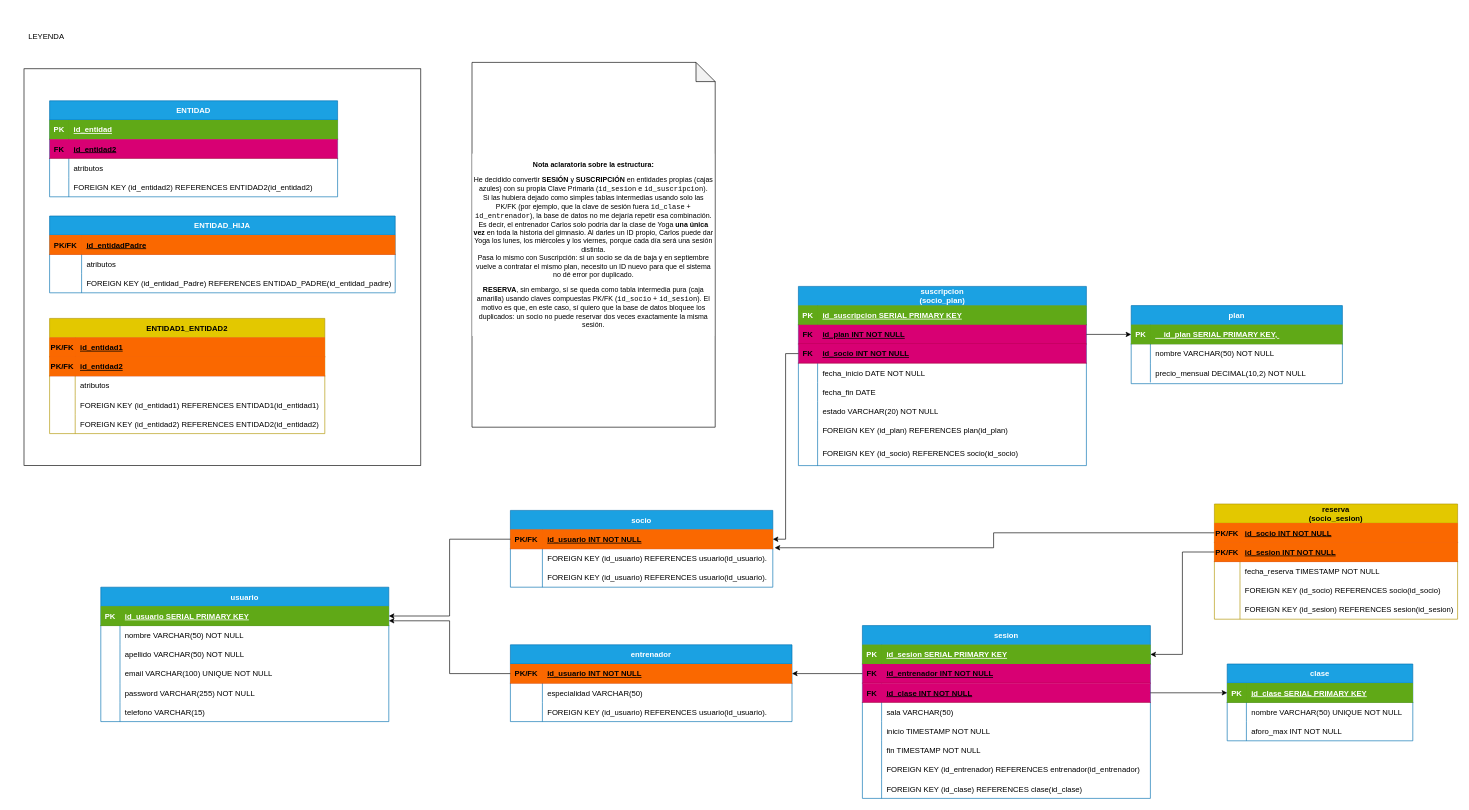
FerminGarridoMartinDAM/ProyectoInterModular1DAMAppGimnasio keeps this draw.io diagram as sql/diagramas/Diagrama_Tablas_Relacionales.drawio. Above is the earlier version. Source tidied: cells renumbered, new cells numbered last; positions are measured from the earlier drawing's top-left corner, leaving out a move shared by most shapes. Both pictures are drawn from the tidied source at 64%, with x=0, y=0 at pixel (11, 11).
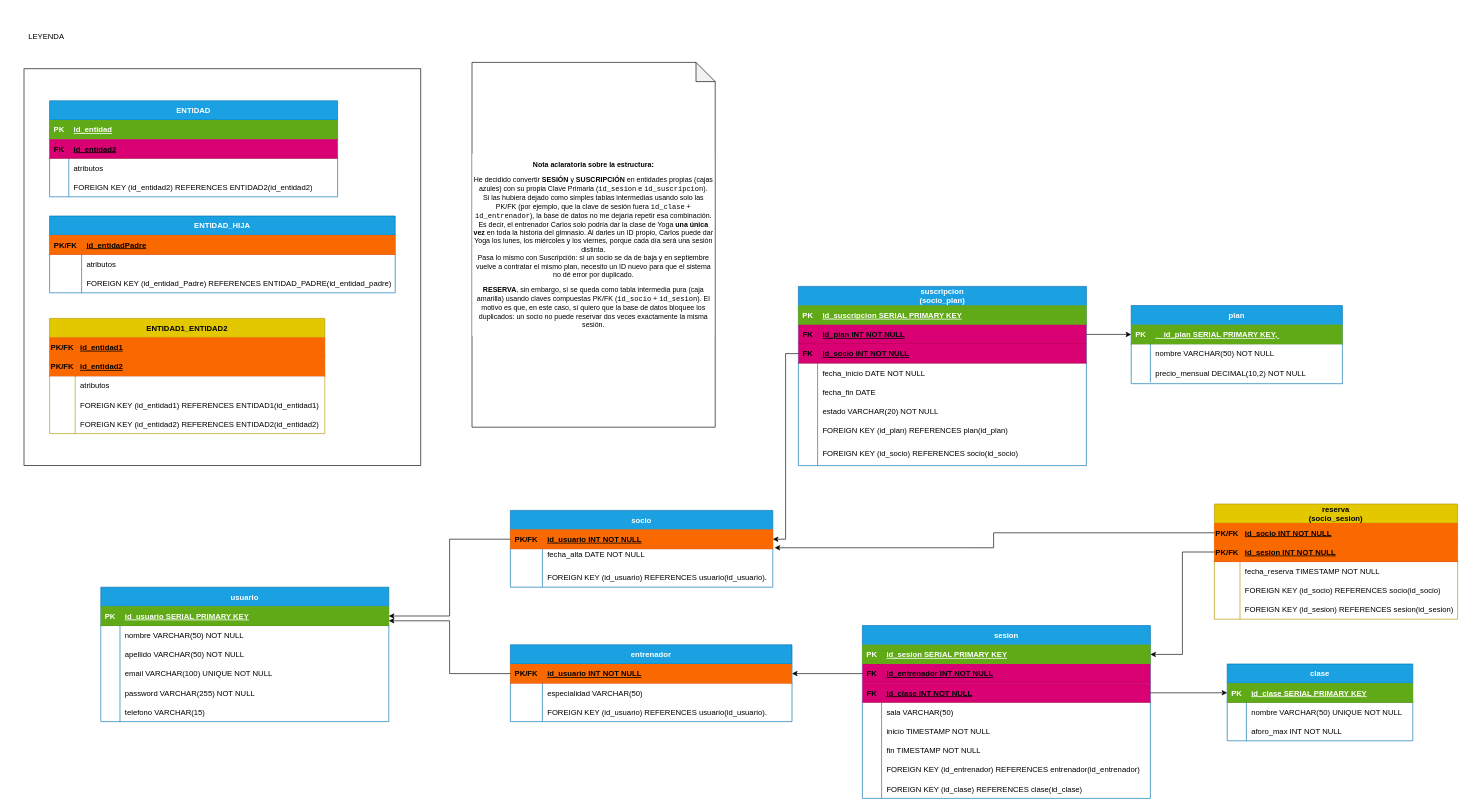
The same page after the edit.

The change refers to these unchanged cells:
```xml
<mxCell id="27" style="shape=tableRow;horizontal=0;startSize=0;swimlaneHead=0;swimlaneBody=0;fillColor=none;strokeColor=inherit;top=0;left=0;right=0;bottom=0;labelBorderColor=none;backgroundOutline=1;" parent="23" vertex="1">
  <mxGeometry y="60" width="410" height="30" as="geometry" />
</mxCell>
```

The edit, as a diff of the source:
```diff
@@
-    <mxCell id="29" value="FOREIGN KEY (id_usuario) REFERENCES usuario(id_usuario)." style="shape=partialRectangle;overflow=hidden;fillColor=none;align=left;strokeColor=inherit;top=0;left=0;bottom=0;right=0;spacingLeft=6;labelBorderColor=none;backgroundOutline=1;" parent="27" vertex="1">
+    <mxCell id="29" value="  fecha_alta DATE NOT NULL&#10;" style="shape=partialRectangle;overflow=hidden;fillColor=none;align=left;strokeColor=inherit;top=0;left=0;bottom=0;right=0;spacingLeft=6;labelBorderColor=none;backgroundOutline=1;" parent="27" vertex="1">
       <mxGeometry x="50" width="360" height="30" as="geometry" />
     </mxCell>
```
